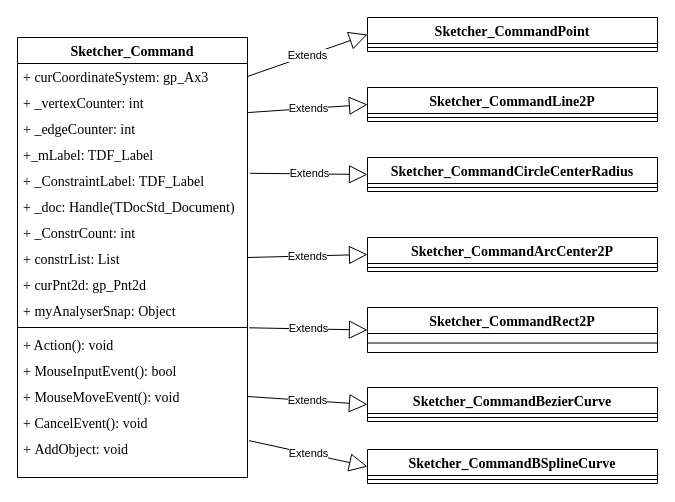
liuhuliuhu123/First-test keeps this draw.io diagram as 绘制图元命令类图.drawio. Above is the earlier version. Source tidied: cells renumbered, new cells numbered last; positions are measured from the earlier drawing's top-left corner, leaving out a move shared by most shapes. Both pictures are drawn from the tidied source at 100%, with x=0, y=0 at pixel (17, 17).
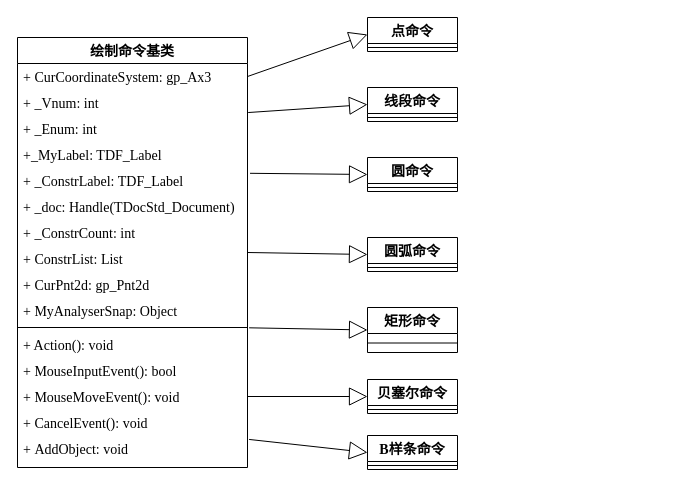
Above is the later version.

Commit message:
更新绘制图元命令类图.drawio

The change refers to these unchanged cells:
```xml
<mxCell id="13" style="line;strokeWidth=1;fillColor=none;align=left;verticalAlign=middle;spacingTop=-1;spacingLeft=3;spacingRight=3;labelPosition=right;points=[];portConstraint=eastwest;strokeColor=inherit;" parent="2" vertex="1">
  <mxGeometry y="286" width="230" height="8" as="geometry" />
</mxCell>
<mxCell id="16" value="&lt;font style=&quot;font-size: 14px;&quot; face=&quot;Times New Roman&quot;&gt;+ MouseMoveEvent(): void&lt;/font&gt;" style="text;strokeColor=none;fillColor=none;align=left;verticalAlign=top;spacingLeft=4;spacingRight=4;overflow=hidden;points=[[0,0.5],[1,0.5]];portConstraint=eastwest;whiteSpace=wrap;html=1;" parent="2" vertex="1">
  <mxGeometry y="346" width="230" height="26" as="geometry" />
</mxCell>
```

What changed in the source:
```diff
@@
-    <mxCell id="2" value="&lt;font style=&quot;font-size: 14px;&quot; face=&quot;Times New Roman&quot;&gt;Sketcher_Command&lt;/font&gt;" style="swimlane;fontStyle=1;align=center;verticalAlign=top;horizontal=1;startSize=26;whiteSpace=wrap;html=1;" parent="1" vertex="1">
-      <mxGeometry y="20" width="230" height="440" as="geometry" />
+    <mxCell id="2" value="&lt;font style=&quot;font-size: 14px;&quot; face=&quot;Times New Roman&quot;&gt;绘制命令基类&lt;/font&gt;" style="swimlane;fontStyle=1;align=center;verticalAlign=top;horizontal=1;startSize=26;whiteSpace=wrap;html=1;" parent="1" vertex="1">
+      <mxGeometry y="20" width="230" height="430" as="geometry" />
     </mxCell>
-    <mxCell id="3" value="&lt;font style=&quot;font-size: 14px;&quot; face=&quot;Times New Roman&quot;&gt;+&amp;nbsp;curCoordinateSystem: gp_Ax3&lt;/font&gt;" style="text;strokeColor=none;fillColor=none;align=left;verticalAlign=top;spacingLeft=4;spacingRight=4;overflow=hidden;points=[[0,0.5],[1,0.5]];portConstraint=eastwest;whiteSpace=wrap;html=1;" parent="2" vertex="1">
+    <mxCell id="3" value="&lt;font style=&quot;font-size: 14px;&quot; face=&quot;Times New Roman&quot;&gt;+&amp;nbsp;CurCoordinateSystem: gp_Ax3&lt;/font&gt;" style="text;strokeColor=none;fillColor=none;align=left;verticalAlign=top;spacingLeft=4;spacingRight=4;overflow=hidden;points=[[0,0.5],[1,0.5]];portConstraint=eastwest;whiteSpace=wrap;html=1;" parent="2" vertex="1">
       <mxGeometry y="26" width="230" height="26" as="geometry" />
     </mxCell>
-    <mxCell id="4" value="&lt;font style=&quot;font-size: 14px;&quot; face=&quot;Times New Roman&quot;&gt;+ _vertexCounter: int&lt;/font&gt;" style="text;strokeColor=none;fillColor=none;align=left;verticalAlign=top;spacingLeft=4;spacingRight=4;overflow=hidden;whiteSpace=wrap;html=1;" parent="2" vertex="1">
+    <mxCell id="4" value="&lt;font style=&quot;font-size: 14px;&quot; face=&quot;Times New Roman&quot;&gt;+ _Vnum: int&lt;/font&gt;" style="text;strokeColor=none;fillColor=none;align=left;verticalAlign=top;spacingLeft=4;spacingRight=4;overflow=hidden;whiteSpace=wrap;html=1;" parent="2" vertex="1">
       <mxGeometry y="52" width="230" height="26" as="geometry" />
     </mxCell>
-    <mxCell id="5" value="&lt;font style=&quot;font-size: 14px;&quot; face=&quot;Times New Roman&quot;&gt;+ _edgeCounter: int&lt;/font&gt;" style="text;strokeColor=none;fillColor=none;align=left;verticalAlign=top;spacingLeft=4;spacingRight=4;overflow=hidden;points=[[0,0.5],[1,0.5]];portConstraint=eastwest;whiteSpace=wrap;html=1;" parent="2" vertex="1">
+    <mxCell id="5" value="&lt;font style=&quot;font-size: 14px;&quot; face=&quot;Times New Roman&quot;&gt;+ _Enum: int&lt;/font&gt;" style="text;strokeColor=none;fillColor=none;align=left;verticalAlign=top;spacingLeft=4;spacingRight=4;overflow=hidden;points=[[0,0.5],[1,0.5]];portConstraint=eastwest;whiteSpace=wrap;html=1;" parent="2" vertex="1">
       <mxGeometry y="78" width="230" height="26" as="geometry" />
     </mxCell>
-    <mxCell id="6" value="&lt;font style=&quot;font-size: 14px;&quot; face=&quot;Times New Roman&quot;&gt;+_mLabel: TDF_Label&amp;nbsp;&lt;/font&gt;" style="text;strokeColor=none;fillColor=none;align=left;verticalAlign=top;spacingLeft=4;spacingRight=4;overflow=hidden;whiteSpace=wrap;html=1;" parent="2" vertex="1">
+    <mxCell id="6" value="&lt;font style=&quot;font-size: 14px;&quot; face=&quot;Times New Roman&quot;&gt;+_MyLabel: TDF_Label&amp;nbsp;&lt;/font&gt;" style="text;strokeColor=none;fillColor=none;align=left;verticalAlign=top;spacingLeft=4;spacingRight=4;overflow=hidden;whiteSpace=wrap;html=1;" parent="2" vertex="1">
       <mxGeometry y="104" width="230" height="26" as="geometry" />
     </mxCell>
-    <mxCell id="7" value="&lt;font face=&quot;Times New Roman&quot; style=&quot;font-size: 14px;&quot;&gt;+ _ConstraintLabel: TDF_Label&lt;/font&gt;" style="text;strokeColor=none;fillColor=none;align=left;verticalAlign=top;spacingLeft=4;spacingRight=4;overflow=hidden;points=[[0,0.5],[1,0.5]];portConstraint=eastwest;whiteSpace=wrap;html=1;" parent="2" vertex="1">
+    <mxCell id="7" value="&lt;font face=&quot;Times New Roman&quot; style=&quot;font-size: 14px;&quot;&gt;+ _ConstrLabel: TDF_Label&lt;/font&gt;" style="text;strokeColor=none;fillColor=none;align=left;verticalAlign=top;spacingLeft=4;spacingRight=4;overflow=hidden;points=[[0,0.5],[1,0.5]];portConstraint=eastwest;whiteSpace=wrap;html=1;" parent="2" vertex="1">
       <mxGeometry y="130" width="230" height="26" as="geometry" />
     </mxCell>
@@
-    <mxCell id="10" value="&lt;font style=&quot;font-size: 14px;&quot; face=&quot;Times New Roman&quot;&gt;+ constrList: List&lt;/font&gt;" style="text;strokeColor=none;fillColor=none;align=left;verticalAlign=top;spacingLeft=4;spacingRight=4;overflow=hidden;whiteSpace=wrap;html=1;" parent="2" vertex="1">
+    <mxCell id="10" value="&lt;font style=&quot;font-size: 14px;&quot; face=&quot;Times New Roman&quot;&gt;+ ConstrList: List&lt;/font&gt;" style="text;strokeColor=none;fillColor=none;align=left;verticalAlign=top;spacingLeft=4;spacingRight=4;overflow=hidden;whiteSpace=wrap;html=1;" parent="2" vertex="1">
       <mxGeometry y="208" width="230" height="26" as="geometry" />
     </mxCell>
-    <mxCell id="11" value="&lt;font style=&quot;font-size: 14px;&quot; face=&quot;Times New Roman&quot;&gt;+ curPnt2d: gp_Pnt2d&lt;/font&gt;" style="text;strokeColor=none;fillColor=none;align=left;verticalAlign=top;spacingLeft=4;spacingRight=4;overflow=hidden;whiteSpace=wrap;html=1;" parent="2" vertex="1">
+    <mxCell id="11" value="&lt;font style=&quot;font-size: 14px;&quot; face=&quot;Times New Roman&quot;&gt;+ CurPnt2d: gp_Pnt2d&lt;/font&gt;" style="text;strokeColor=none;fillColor=none;align=left;verticalAlign=top;spacingLeft=4;spacingRight=4;overflow=hidden;whiteSpace=wrap;html=1;" parent="2" vertex="1">
       <mxGeometry y="234" width="230" height="26" as="geometry" />
     </mxCell>
-    <mxCell id="12" value="&lt;font style=&quot;font-size: 14px;&quot; face=&quot;Times New Roman&quot;&gt;+ myAnalyserSnap: Object&amp;nbsp;&lt;/font&gt;" style="text;strokeColor=none;fillColor=none;align=left;verticalAlign=top;spacingLeft=4;spacingRight=4;overflow=hidden;whiteSpace=wrap;html=1;" parent="2" vertex="1">
+    <mxCell id="12" value="&lt;font style=&quot;font-size: 14px;&quot; face=&quot;Times New Roman&quot;&gt;+ MyAnalyserSnap: Object&amp;nbsp;&lt;/font&gt;" style="text;strokeColor=none;fillColor=none;align=left;verticalAlign=top;spacingLeft=4;spacingRight=4;overflow=hidden;whiteSpace=wrap;html=1;" parent="2" vertex="1">
       <mxGeometry y="260" width="230" height="26" as="geometry" />
     </mxCell>
@@
     <mxCell id="18" value="&lt;font style=&quot;font-size: 14px;&quot; face=&quot;Times New Roman&quot;&gt;+&amp;nbsp;AddObject: void&lt;/font&gt;" style="text;strokeColor=none;fillColor=none;align=left;verticalAlign=top;spacingLeft=4;spacingRight=4;overflow=hidden;points=[[0,0.5],[1,0.5]];portConstraint=eastwest;whiteSpace=wrap;html=1;" parent="2" vertex="1">
-      <mxGeometry y="398" width="230" height="42" as="geometry" />
+      <mxGeometry y="398" width="230" height="32" as="geometry" />
     </mxCell>
-    <mxCell id="19" value="&lt;font style=&quot;font-size: 14px;&quot; face=&quot;Times New Roman&quot;&gt;Sketcher_CommandPoint&lt;/font&gt;" style="swimlane;fontStyle=1;align=center;verticalAlign=top;horizontal=1;startSize=26;whiteSpace=wrap;html=1;" parent="1" vertex="1">
-      <mxGeometry x="350" width="290" height="34" as="geometry" />
+    <mxCell id="19" value="&lt;font style=&quot;font-size: 14px;&quot; face=&quot;Times New Roman&quot;&gt;点命令&lt;/font&gt;" style="swimlane;fontStyle=1;align=center;verticalAlign=top;horizontal=1;startSize=26;whiteSpace=wrap;html=1;" parent="1" vertex="1">
+      <mxGeometry x="350" width="90" height="34" as="geometry" />
     </mxCell>
     <mxCell id="20" style="line;strokeWidth=1;fillColor=none;align=left;verticalAlign=middle;spacingTop=-1;spacingLeft=3;spacingRight=3;labelPosition=right;strokeColor=inherit;" parent="19" vertex="1">
-      <mxGeometry y="26" width="290" height="8" as="geometry" />
+      <mxGeometry y="26" width="90" height="8" as="geometry" />
     </mxCell>
-    <mxCell id="21" value="&lt;font style=&quot;font-size: 14px;&quot; face=&quot;Times New Roman&quot;&gt;Sketcher_CommandLine2P&lt;/font&gt;" style="swimlane;fontStyle=1;align=center;verticalAlign=top;horizontal=1;startSize=26;whiteSpace=wrap;html=1;" parent="1" vertex="1">
-      <mxGeometry x="350" y="70" width="290" height="34" as="geometry" />
+    <mxCell id="21" value="&lt;font style=&quot;font-size: 14px;&quot; face=&quot;Times New Roman&quot;&gt;线段命令&lt;/font&gt;" style="swimlane;fontStyle=1;align=center;verticalAlign=top;horizontal=1;startSize=26;whiteSpace=wrap;html=1;" parent="1" vertex="1">
+      <mxGeometry x="350" y="70" width="90" height="34" as="geometry" />
     </mxCell>
     <mxCell id="22" style="line;strokeWidth=1;fillColor=none;align=left;verticalAlign=middle;spacingTop=-1;spacingLeft=3;spacingRight=3;labelPosition=right;strokeColor=inherit;" parent="21" vertex="1">
-      <mxGeometry y="26" width="290" height="8" as="geometry" />
+      <mxGeometry y="26" width="90" height="8" as="geometry" />
     </mxCell>
-    <mxCell id="23" value="&lt;font style=&quot;font-size: 14px;&quot; face=&quot;Times New Roman&quot;&gt;Sketcher_CommandCircleCenterRadius&lt;/font&gt;" style="swimlane;fontStyle=1;align=center;verticalAlign=top;horizontal=1;startSize=26;whiteSpace=wrap;html=1;" parent="1" vertex="1">
-      <mxGeometry x="350" y="140" width="290" height="34" as="geometry" />
+    <mxCell id="23" value="&lt;font style=&quot;font-size: 14px;&quot; face=&quot;Times New Roman&quot;&gt;圆命令&lt;/font&gt;" style="swimlane;fontStyle=1;align=center;verticalAlign=top;horizontal=1;startSize=26;whiteSpace=wrap;html=1;" parent="1" vertex="1">
+      <mxGeometry x="350" y="140" width="90" height="34" as="geometry" />
     </mxCell>
     <mxCell id="24" style="line;strokeWidth=1;fillColor=none;align=left;verticalAlign=middle;spacingTop=-1;spacingLeft=3;spacingRight=3;labelPosition=right;strokeColor=inherit;" parent="23" vertex="1">
-      <mxGeometry y="26" width="290" height="8" as="geometry" />
+      <mxGeometry y="26" width="90" height="8" as="geometry" />
     </mxCell>
-    <mxCell id="25" value="&lt;font style=&quot;font-size: 14px;&quot; face=&quot;Times New Roman&quot;&gt;Sketcher_CommandArcCenter2P&lt;/font&gt;" style="swimlane;fontStyle=1;align=center;verticalAlign=top;horizontal=1;startSize=26;whiteSpace=wrap;html=1;" parent="1" vertex="1">
-      <mxGeometry x="350" y="220" width="290" height="34" as="geometry" />
+    <mxCell id="25" value="&lt;font style=&quot;font-size: 14px;&quot; face=&quot;Times New Roman&quot;&gt;圆弧命令&lt;/font&gt;" style="swimlane;fontStyle=1;align=center;verticalAlign=top;horizontal=1;startSize=26;whiteSpace=wrap;html=1;" parent="1" vertex="1">
+      <mxGeometry x="350" y="220" width="90" height="34" as="geometry" />
     </mxCell>
     <mxCell id="26" style="line;strokeWidth=1;fillColor=none;align=left;verticalAlign=middle;spacingTop=-1;spacingLeft=3;spacingRight=3;labelPosition=right;strokeColor=inherit;" parent="25" vertex="1">
-      <mxGeometry y="26" width="290" height="8" as="geometry" />
+      <mxGeometry y="26" width="90" height="8" as="geometry" />
     </mxCell>
-    <mxCell id="27" value="&lt;font style=&quot;font-size: 14px;&quot; face=&quot;Times New Roman&quot;&gt;Sketcher_CommandRect2P&lt;/font&gt;" style="swimlane;fontStyle=1;align=center;verticalAlign=top;horizontal=1;startSize=26;whiteSpace=wrap;html=1;" parent="1" vertex="1">
-      <mxGeometry x="350" y="290" width="290" height="45" as="geometry" />
+    <mxCell id="27" value="&lt;font style=&quot;font-size: 14px;&quot; face=&quot;Times New Roman&quot;&gt;矩形命令&lt;/font&gt;" style="swimlane;fontStyle=1;align=center;verticalAlign=top;horizontal=1;startSize=26;whiteSpace=wrap;html=1;" parent="1" vertex="1">
+      <mxGeometry x="350" y="290" width="90" height="45" as="geometry" />
     </mxCell>
     <mxCell id="28" style="line;strokeWidth=1;fillColor=none;align=left;verticalAlign=middle;spacingTop=-1;spacingLeft=3;spacingRight=3;labelPosition=right;strokeColor=inherit;" parent="27" vertex="1">
-      <mxGeometry y="26" width="290" height="19" as="geometry" />
+      <mxGeometry y="26" width="90" height="19" as="geometry" />
     </mxCell>
-    <mxCell id="29" value="&lt;font style=&quot;font-size: 14px;&quot; face=&quot;Times New Roman&quot;&gt;Sketcher_CommandBezierCurve&lt;/font&gt;" style="swimlane;fontStyle=1;align=center;verticalAlign=top;horizontal=1;startSize=26;whiteSpace=wrap;html=1;" parent="1" vertex="1">
-      <mxGeometry x="350" y="370" width="290" height="34" as="geometry" />
+    <mxCell id="29" value="&lt;font style=&quot;font-size: 14px;&quot; face=&quot;Times New Roman&quot;&gt;贝塞尔命令&lt;/font&gt;" style="swimlane;fontStyle=1;align=center;verticalAlign=top;horizontal=1;startSize=26;whiteSpace=wrap;html=1;" parent="1" vertex="1">
+      <mxGeometry x="350" y="362" width="90" height="34" as="geometry" />
     </mxCell>
     <mxCell id="30" style="line;strokeWidth=1;fillColor=none;align=left;verticalAlign=middle;spacingTop=-1;spacingLeft=3;spacingRight=3;labelPosition=right;strokeColor=inherit;" parent="29" vertex="1">
-      <mxGeometry y="26" width="290" height="8" as="geometry" />
+      <mxGeometry y="26" width="90" height="8" as="geometry" />
     </mxCell>
-    <mxCell id="31" value="&lt;font style=&quot;font-size: 14px;&quot; face=&quot;Times New Roman&quot;&gt;Sketcher_CommandBSplineCurve&lt;/font&gt;" style="swimlane;fontStyle=1;align=center;verticalAlign=top;horizontal=1;startSize=26;whiteSpace=wrap;html=1;" parent="1" vertex="1">
-      <mxGeometry x="350" y="432" width="290" height="34" as="geometry" />
+    <mxCell id="31" value="&lt;font style=&quot;font-size: 14px;&quot; face=&quot;Times New Roman&quot;&gt;B样条命令&lt;/font&gt;" style="swimlane;fontStyle=1;align=center;verticalAlign=top;horizontal=1;startSize=26;whiteSpace=wrap;html=1;" parent="1" vertex="1">
+      <mxGeometry x="350" y="418" width="90" height="34" as="geometry" />
     </mxCell>
     <mxCell id="32" style="line;strokeWidth=1;fillColor=none;align=left;verticalAlign=middle;spacingTop=-1;spacingLeft=3;spacingRight=3;labelPosition=right;strokeColor=inherit;" parent="31" vertex="1">
-      <mxGeometry y="26" width="290" height="8" as="geometry" />
+      <mxGeometry y="26" width="90" height="8" as="geometry" />
     </mxCell>
-    <mxCell id="33" value="Extends" style="endArrow=block;endSize=16;endFill=0;html=1;rounded=0;exitX=1;exitY=0.5;exitDx=0;exitDy=0;entryX=0;entryY=0.5;entryDx=0;entryDy=0;" parent="1" edge="1" source="3" target="19">
-      <mxGeometry relative="1" as="geometry" />
+    <mxCell id="33" style="endArrow=block;endSize=16;endFill=0;html=1;rounded=0;exitX=1;exitY=0.5;exitDx=0;exitDy=0;entryX=0;entryY=0.5;entryDx=0;entryDy=0;" parent="1" edge="1" source="3" target="19">
+      <mxGeometry x="-0.15" y="33" relative="1" as="geometry" />
     </mxCell>
-    <mxCell id="34" value="Extends" style="endArrow=block;endSize=16;endFill=0;html=1;rounded=0;exitX=1.003;exitY=-0.114;exitDx=0;exitDy=0;entryX=0;entryY=0.5;entryDx=0;entryDy=0;exitPerimeter=0;" parent="1" edge="1" source="5" target="21">
+    <mxCell id="34" style="endArrow=block;endSize=16;endFill=0;html=1;rounded=0;exitX=1.003;exitY=-0.114;exitDx=0;exitDy=0;entryX=0;entryY=0.5;entryDx=0;entryDy=0;exitPerimeter=0;" parent="1" edge="1" source="5" target="21">
       <mxGeometry relative="1" as="geometry" />
     </mxCell>
-    <mxCell id="35" value="Extends" style="endArrow=block;endSize=16;endFill=0;html=1;rounded=0;exitX=1.011;exitY=0.223;exitDx=0;exitDy=0;entryX=0;entryY=0.5;entryDx=0;entryDy=0;exitPerimeter=0;" parent="1" edge="1" source="7" target="23">
+    <mxCell id="35" style="endArrow=block;endSize=16;endFill=0;html=1;rounded=0;exitX=1.011;exitY=0.223;exitDx=0;exitDy=0;entryX=0;entryY=0.5;entryDx=0;entryDy=0;exitPerimeter=0;" parent="1" edge="1" source="7" target="23">
       <mxGeometry relative="1" as="geometry" />
     </mxCell>
-    <mxCell id="36" value="Extends" style="endArrow=block;endSize=16;endFill=0;html=1;rounded=0;exitX=1;exitY=0.5;exitDx=0;exitDy=0;entryX=0;entryY=0.5;entryDx=0;entryDy=0;" parent="1" edge="1" source="2" target="25">
+    <mxCell id="36" style="endArrow=block;endSize=16;endFill=0;html=1;rounded=0;exitX=1;exitY=0.5;exitDx=0;exitDy=0;entryX=0;entryY=0.5;entryDx=0;entryDy=0;" parent="1" edge="1" source="2" target="25">
       <mxGeometry relative="1" as="geometry" />
     </mxCell>
-    <mxCell id="37" value="Extends" style="endArrow=block;endSize=16;endFill=0;html=1;rounded=0;entryX=0;entryY=0.5;entryDx=0;entryDy=0;exitX=1.007;exitY=0.539;exitDx=0;exitDy=0;exitPerimeter=0;" parent="1" edge="1" source="13" target="27">
+    <mxCell id="37" style="endArrow=block;endSize=16;endFill=0;html=1;rounded=0;entryX=0;entryY=0.5;entryDx=0;entryDy=0;exitX=1.007;exitY=0.539;exitDx=0;exitDy=0;exitPerimeter=0;" parent="1" edge="1" source="13" target="27">
       <mxGeometry relative="1" as="geometry" />
     </mxCell>
-    <mxCell id="38" value="Extends" style="endArrow=block;endSize=16;endFill=0;html=1;rounded=0;exitX=1;exitY=0.5;exitDx=0;exitDy=0;entryX=0;entryY=0.5;entryDx=0;entryDy=0;" parent="1" edge="1" source="16" target="29">
+    <mxCell id="38" style="endArrow=block;endSize=16;endFill=0;html=1;rounded=0;exitX=1;exitY=0.5;exitDx=0;exitDy=0;entryX=0;entryY=0.5;entryDx=0;entryDy=0;" parent="1" edge="1" source="16" target="29">
       <mxGeometry relative="1" as="geometry" />
     </mxCell>
-    <mxCell id="39" value="Extends" style="endArrow=block;endSize=16;endFill=0;html=1;rounded=0;exitX=1.007;exitY=0.123;exitDx=0;exitDy=0;entryX=0;entryY=0.5;entryDx=0;entryDy=0;exitPerimeter=0;" parent="1" edge="1" source="18" target="31">
+    <mxCell id="39" style="endArrow=block;endSize=16;endFill=0;html=1;rounded=0;exitX=1.007;exitY=0.123;exitDx=0;exitDy=0;entryX=0;entryY=0.5;entryDx=0;entryDy=0;exitPerimeter=0;" parent="1" edge="1" source="18" target="31">
       <mxGeometry relative="1" as="geometry" />
     </mxCell>
```
